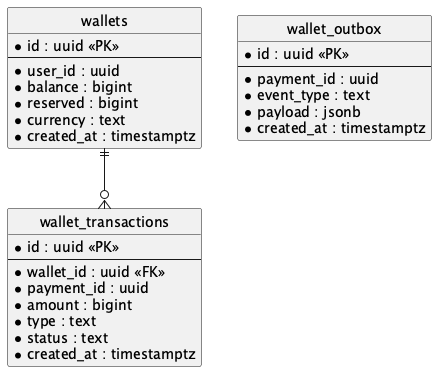
Above: diagrams/erd/erd-wallet.png in krsvyat/system-design (PlantUML), before the change.
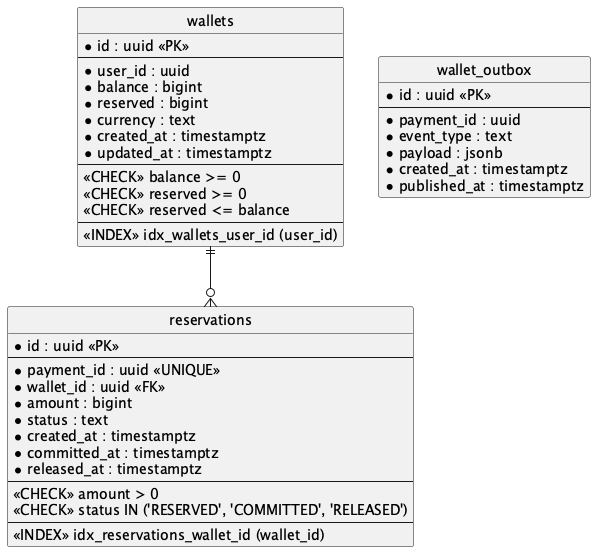
Above is the later version.

What changed in the source:
```diff
@@ -9,17 +9,30 @@
   * reserved : bigint
   * currency : text
   * created_at : timestamptz
+  * updated_at : timestamptz
+  --
+  <<CHECK>> balance >= 0
+  <<CHECK>> reserved >= 0
+  <<CHECK>> reserved <= balance
+  --
+  <<INDEX>> idx_wallets_user_id (user_id)
 }
 
-entity "wallet_transactions" {
+entity "reservations" {
   * id : uuid <<PK>>
   --
+  * payment_id : uuid <<UNIQUE>>
   * wallet_id : uuid <<FK>>
-  * payment_id : uuid
   * amount : bigint
-  * type : text
   * status : text
   * created_at : timestamptz
+  * committed_at : timestamptz
+  * released_at : timestamptz
+  --
+  <<CHECK>> amount > 0
+  <<CHECK>> status IN ('RESERVED', 'COMMITTED', 'RELEASED')
+  --
+  <<INDEX>> idx_reservations_wallet_id (wallet_id)
 }
 
 entity "wallet_outbox" {
@@ -29,8 +42,9 @@
   * event_type : text
   * payload : jsonb
   * created_at : timestamptz
+  * published_at : timestamptz
 }
 
-wallets ||--o{ wallet_transactions
+wallets ||--o{ reservations
 
 @enduml
```
